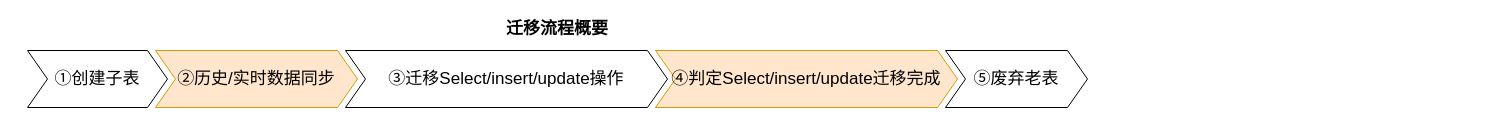
Earlier version of the draw.io diagram page "第 15 页" (16 of 17) of wiz/WIZ-数据.drawio (smileLuckBoy/drowio). Source tidied: cells renumbered, new cells numbered last; positions are measured from the earlier drawing's top-left corner, leaving out a move shared by most shapes. Both pictures are drawn from the tidied source at 100%, with x=0, y=0 at pixel (17, 17).
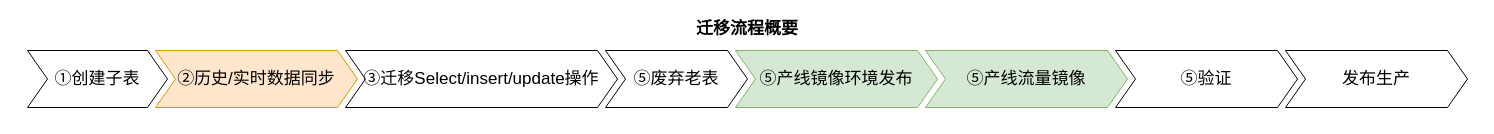
The same page after the edit.

Diff of the diagram source:
```diff
@@
 <mxGraphModel>
   <root>
     <mxCell id="0" />
     <mxCell id="1" parent="0" />
     <mxCell id="2" value="迁移流程概要" style="swimlane;horizontal=1;fillColor=none;strokeColor=none;stackBorder=10;align=center;whiteSpace=wrap;html=1;fontSize=17;fontColor=#000000;" parent="1" vertex="1">
-      <mxGeometry width="1080" height="100" as="geometry" />
+      <mxGeometry width="1460" height="100" as="geometry" />
     </mxCell>
     <mxCell id="3" value="①创建子表" style="shape=step;perimeter=stepPerimeter;fixedSize=1;whiteSpace=wrap;html=1;fontSize=17;fontColor=#000000;" parent="2" vertex="1">
       <mxGeometry x="10" y="33" width="140" height="57" as="geometry" />
     </mxCell>
     <mxCell id="4" value="②历史/实时数据同步" style="shape=step;perimeter=stepPerimeter;fixedSize=1;whiteSpace=wrap;html=1;fontSize=17;fillColor=#ffe6cc;strokeColor=#d79b00;" parent="2" vertex="1">
       <mxGeometry x="138" y="33" width="202" height="57" as="geometry" />
     </mxCell>
     <mxCell id="5" value="③迁移Select/insert/update操作" style="shape=step;perimeter=stepPerimeter;fixedSize=1;whiteSpace=wrap;html=1;fontSize=17;fontColor=#000000;" parent="2" vertex="1">
-      <mxGeometry x="328" y="33" width="322" height="57" as="geometry" />
+      <mxGeometry x="328" y="33" width="272" height="57" as="geometry" />
     </mxCell>
-    <mxCell id="6" value="④判定Select/insert/update迁移完成" style="shape=step;perimeter=stepPerimeter;fixedSize=1;whiteSpace=wrap;html=1;fontSize=17;fillColor=#ffe6cc;strokeColor=#d79b00;" parent="2" vertex="1">
-      <mxGeometry x="638" y="33" width="302" height="57" as="geometry" />
-    </mxCell>
     <mxCell id="7" value="⑤废弃老表" style="shape=step;perimeter=stepPerimeter;fixedSize=1;whiteSpace=wrap;html=1;fontSize=17;fontColor=#000000;" parent="2" vertex="1">
-      <mxGeometry x="928" y="33" width="142" height="57" as="geometry" />
+      <mxGeometry x="588" y="33" width="142" height="57" as="geometry" />
     </mxCell>
+    <mxCell id="8" value="⑤产线镜像环境发布" style="shape=step;perimeter=stepPerimeter;fixedSize=1;whiteSpace=wrap;html=1;fontSize=17;fillColor=#d5e8d4;strokeColor=#82b366;" parent="2" vertex="1">
+      <mxGeometry x="718" y="33" width="202" height="57" as="geometry" />
+    </mxCell>
+    <mxCell id="9" value="⑤产线流量镜像" style="shape=step;perimeter=stepPerimeter;fixedSize=1;whiteSpace=wrap;html=1;fontSize=17;fillColor=#d5e8d4;strokeColor=#82b366;" parent="2" vertex="1">
+      <mxGeometry x="908" y="33" width="202" height="57" as="geometry" />
+    </mxCell>
+    <mxCell id="10" value="⑤验证" style="shape=step;perimeter=stepPerimeter;fixedSize=1;whiteSpace=wrap;html=1;fontSize=17;fontColor=#000000;" parent="2" vertex="1">
+      <mxGeometry x="1098" y="33" width="182" height="57" as="geometry" />
+    </mxCell>
+    <mxCell id="11" value="发布生产" style="shape=step;perimeter=stepPerimeter;fixedSize=1;whiteSpace=wrap;html=1;fontSize=17;fontColor=#000000;" parent="2" vertex="1">
+      <mxGeometry x="1268" y="33" width="182" height="57" as="geometry" />
+    </mxCell>
   </root>
 </mxGraphModel>
```
